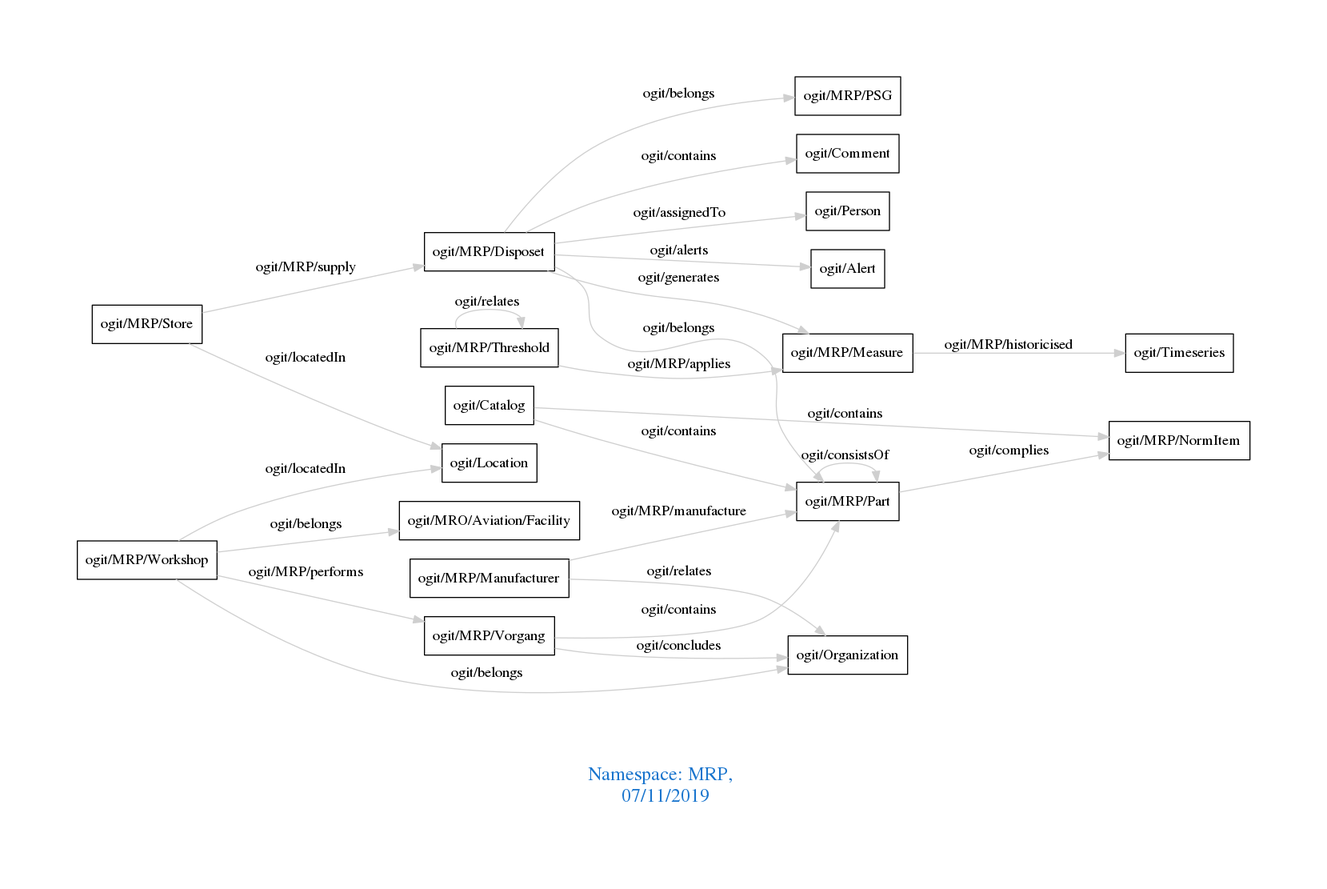
arago/OGIT keeps this Graphviz diagram as downloads/MRP.png. Above is the earlier version. Its source is kept beside it as downloads/MRP.dot. The source it was exported from:
```dot
digraph OGIT_ontology {
 graph [ rankdir= LR,pad=1
fontsize = 18,
fontcolor= dodgerblue3,label = "\n\n\nNamespace: MRP, \n 07/11/2019"];
node[shape=polygon];
edge [  color="gray81"];

   "ogit/MRP/Disposet" -> "ogit/Comment" [label="   ogit/contains    "];
   "ogit/MRP/Vorgang" -> "ogit/MRP/Part" [label="   ogit/contains    "];
   "ogit/Catalog" -> "ogit/MRP/NormItem" [label="   ogit/contains    "];
   "ogit/Catalog" -> "ogit/MRP/Part" [label="   ogit/contains    "];
   "ogit/MRP/Vorgang" -> "ogit/Organization" [label="   ogit/concludes    "];
   "ogit/MRP/Disposet" -> "ogit/Person" [label="   ogit/assignedTo    "];
   "ogit/MRP/Disposet" -> "ogit/MRP/Measure" [label="   ogit/generates    "];
   "ogit/MRP/Threshold" -> "ogit/MRP/Measure" [label="   ogit/MRP/applies    "];
   "ogit/MRP/Part" -> "ogit/MRP/NormItem" [label="   ogit/complies    "];
   "ogit/MRP/Workshop" -> "ogit/MRP/Vorgang" [label="   ogit/MRP/performs    "];
   "ogit/MRP/Disposet" -> "ogit/Alert" [label="   ogit/alerts    "];
   "ogit/MRP/Store" -> "ogit/Location" [label="   ogit/locatedIn    "];
   "ogit/MRP/Workshop" -> "ogit/Location" [label="   ogit/locatedIn    "];
   "ogit/MRP/Measure" -> "ogit/Timeseries" [label="   ogit/MRP/historicised    "];
   "ogit/MRP/Manufacturer" -> "ogit/MRP/Part" [label="   ogit/MRP/manufacture    "];
   "ogit/MRP/Store" -> "ogit/MRP/Disposet" [label="   ogit/MRP/supply    "];
   "ogit/MRP/Disposet" -> "ogit/MRP/Part" [label="   ogit/belongs    "];
   "ogit/MRP/Disposet" -> "ogit/MRP/PSG" [label="   ogit/belongs    "];
   "ogit/MRP/Workshop" -> "ogit/MRO/Aviation/Facility" [label="   ogit/belongs    "];
   "ogit/MRP/Workshop" -> "ogit/Organization" [label="   ogit/belongs    "];
   "ogit/MRP/Manufacturer" -> "ogit/Organization" [label="   ogit/relates    "];
   "ogit/MRP/Threshold" -> "ogit/MRP/Threshold" [label="   ogit/relates    "];
   "ogit/MRP/Part" -> "ogit/MRP/Part" [label="   ogit/consistsOf    "];
}
```
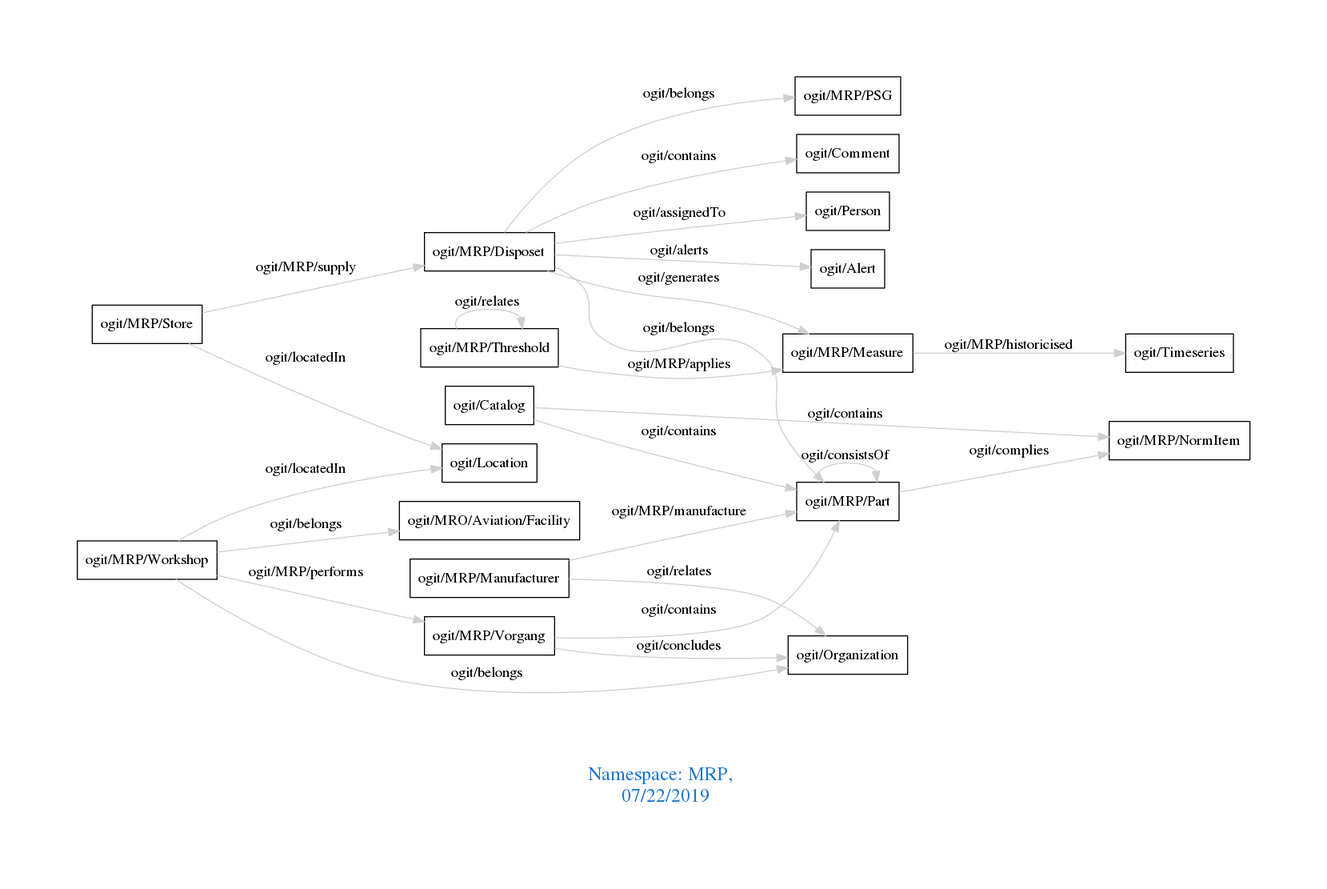
After the commit.

What changed in the source:
```diff
@@ -1,7 +1,7 @@
 digraph OGIT_ontology {
  graph [ rankdir= LR,pad=1
 fontsize = 18,
-fontcolor= dodgerblue3,label = "\n\n\nNamespace: MRP, \n 07/11/2019"];
+fontcolor= dodgerblue3,label = "\n\n\nNamespace: MRP, \n 07/22/2019"];
 node[shape=polygon];
 edge [  color="gray81"];
 
```
